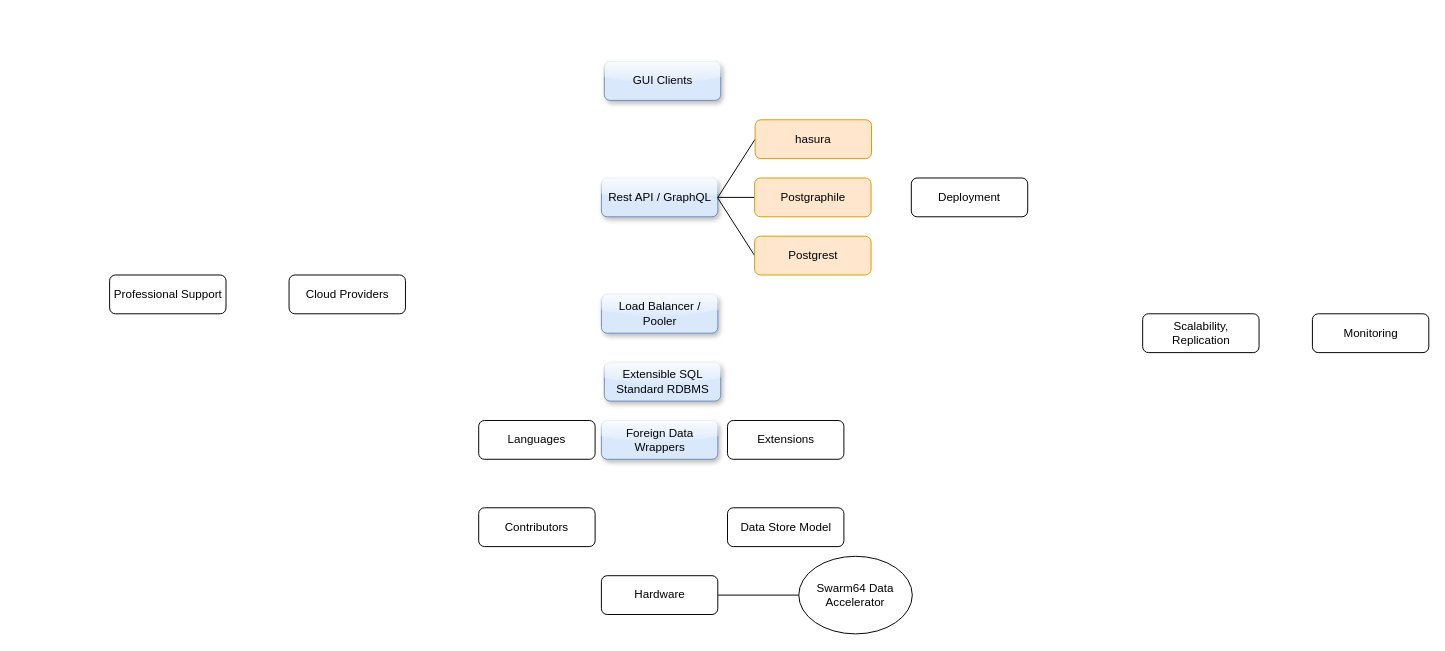
The draw.io diagram postgresql-ecosystem.drawio in EfficiencyGeek/postgresql-ecosystem, before the edit. Source tidied: cells renumbered, new cells numbered last; positions are measured from the earlier drawing's top-left corner, leaving out a move shared by most shapes. Both pictures are drawn from the tidied source at 97%, with x=0, y=0 at pixel (110, 61). Pictures stored in the file or linked from it are replaced by grey dashed boxes.
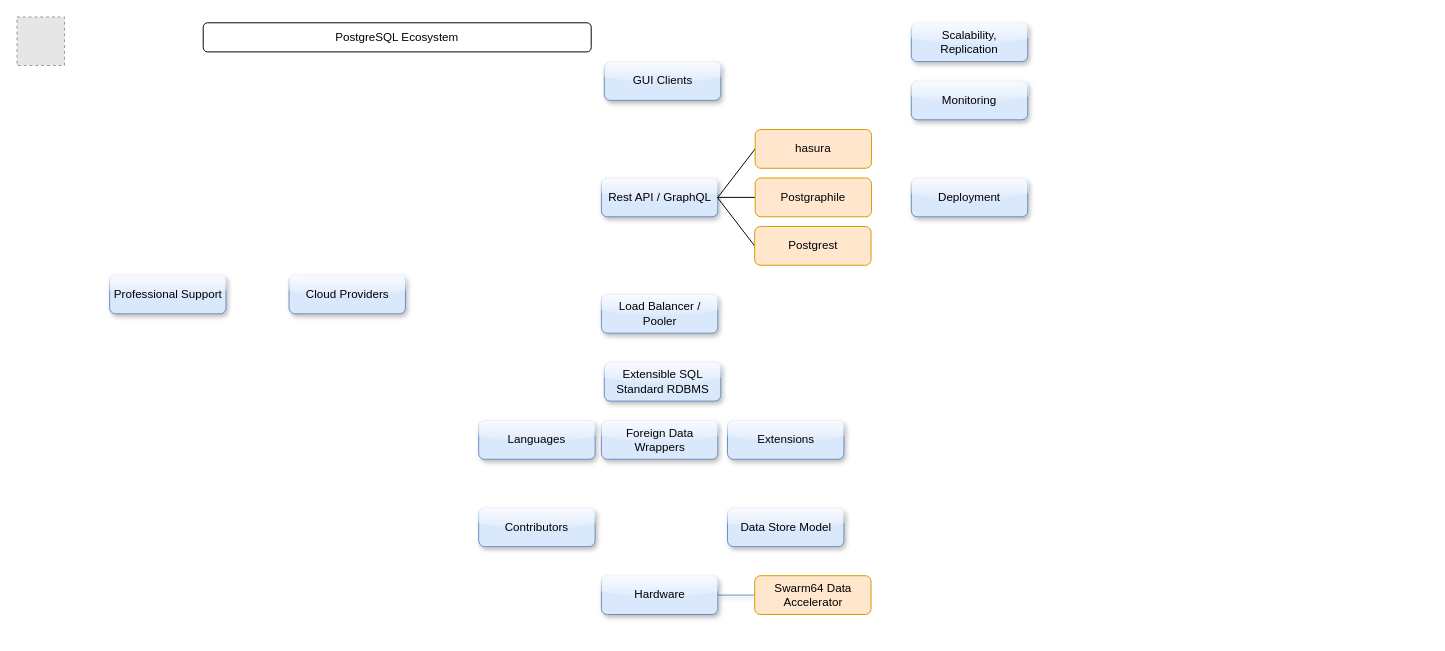
Above is the later version.

The edit, as a diff of the source:
```diff
@@
-    <mxCell id="2" value="Languages" style="rounded=1;whiteSpace=wrap;html=1;" parent="1" vertex="1">
+    <mxCell id="2" value="Languages" style="rounded=1;whiteSpace=wrap;html=1;shadow=1;strokeColor=#6c8ebf;fillColor=#dae8fc;glass=1;" parent="1" vertex="1">
       <mxGeometry x="380" y="370" width="120" height="40" as="geometry" />
     </mxCell>
@@
-    <mxCell id="4" value="Extensions" style="rounded=1;whiteSpace=wrap;html=1;" parent="1" vertex="1">
+    <mxCell id="4" value="Extensions" style="rounded=1;whiteSpace=wrap;html=1;shadow=1;strokeColor=#6c8ebf;fillColor=#dae8fc;glass=1;" parent="1" vertex="1">
       <mxGeometry x="636.5" y="370" width="120" height="40" as="geometry" />
     </mxCell>
-    <mxCell id="5" value="Data Store Model" style="rounded=1;whiteSpace=wrap;html=1;" parent="1" vertex="1">
+    <mxCell id="5" value="Data Store Model" style="rounded=1;whiteSpace=wrap;html=1;shadow=1;strokeColor=#6c8ebf;fillColor=#dae8fc;glass=1;" parent="1" vertex="1">
       <mxGeometry x="636.5" y="460" width="120" height="40" as="geometry" />
     </mxCell>
-    <mxCell id="6" value="Deployment" style="rounded=1;whiteSpace=wrap;html=1;" parent="1" vertex="1">
+    <mxCell id="6" value="Deployment" style="rounded=1;whiteSpace=wrap;html=1;shadow=1;strokeColor=#6c8ebf;fillColor=#dae8fc;glass=1;" parent="1" vertex="1">
       <mxGeometry x="826" y="120" width="120" height="40" as="geometry" />
     </mxCell>
@@
-    <mxCell id="8" value="Scalability, Replication" style="rounded=1;whiteSpace=wrap;html=1;" parent="1" vertex="1">
-      <mxGeometry x="1064.5" y="260" width="120" height="40" as="geometry" />
+    <mxCell id="8" value="Scalability, Replication" style="rounded=1;whiteSpace=wrap;html=1;shadow=1;strokeColor=#6c8ebf;fillColor=#dae8fc;glass=1;" parent="1" vertex="1">
+      <mxGeometry x="826" y="-40" width="120" height="40" as="geometry" />
     </mxCell>
-    <mxCell id="9" value="Monitoring" style="rounded=1;whiteSpace=wrap;html=1;" parent="1" vertex="1">
-      <mxGeometry x="1239.5" y="260" width="120" height="40" as="geometry" />
+    <mxCell id="9" value="Monitoring" style="rounded=1;whiteSpace=wrap;html=1;shadow=1;strokeColor=#6c8ebf;fillColor=#dae8fc;glass=1;" parent="1" vertex="1">
+      <mxGeometry x="826" y="20" width="120" height="40" as="geometry" />
     </mxCell>
@@
-    <mxCell id="13" value="Contributors" style="rounded=1;whiteSpace=wrap;html=1;" parent="1" vertex="1">
+    <mxCell id="13" value="Contributors" style="rounded=1;whiteSpace=wrap;html=1;shadow=1;strokeColor=#6c8ebf;fillColor=#dae8fc;glass=1;" parent="1" vertex="1">
       <mxGeometry x="380" y="460" width="120" height="40" as="geometry" />
     </mxCell>
-    <mxCell id="14" value="Professional Support" style="rounded=1;whiteSpace=wrap;html=1;" parent="1" vertex="1">
+    <mxCell id="14" value="Professional Support" style="rounded=1;whiteSpace=wrap;html=1;shadow=1;strokeColor=#6c8ebf;fillColor=#dae8fc;glass=1;" parent="1" vertex="1">
       <mxGeometry x="-0.5" y="220" width="120" height="40" as="geometry" />
     </mxCell>
-    <mxCell id="15" value="Cloud Providers" style="rounded=1;whiteSpace=wrap;html=1;" parent="1" vertex="1">
+    <mxCell id="15" value="Cloud Providers" style="rounded=1;whiteSpace=wrap;html=1;shadow=1;strokeColor=#6c8ebf;fillColor=#dae8fc;glass=1;" parent="1" vertex="1">
       <mxGeometry x="184.5" y="220" width="120" height="40" as="geometry" />
     </mxCell>
@@
-    <mxCell id="17" style="edgeStyle=none;rounded=0;jettySize=auto;html=1;endArrow=none;endFill=0;entryX=0;entryY=0.5;entryDx=0;entryDy=0;" parent="1" edge="1" source="18" target="19">
+    <mxCell id="17" style="edgeStyle=none;rounded=1;jettySize=auto;html=1;endArrow=none;entryX=0;entryY=0.5;entryDx=0;entryDy=0;shadow=1;fontSize=12;strokeColor=#6c8ebf;fillColor=#dae8fc;glass=1;" parent="1" edge="1" source="18" target="19">
       <mxGeometry relative="1" as="geometry" />
     </mxCell>
-    <mxCell id="18" value="Hardware" style="rounded=1;whiteSpace=wrap;html=1;" parent="1" vertex="1">
+    <mxCell id="18" value="Hardware" style="rounded=1;whiteSpace=wrap;html=1;shadow=1;strokeColor=#6c8ebf;fillColor=#dae8fc;glass=1;" parent="1" vertex="1">
       <mxGeometry x="506.5" y="530" width="120" height="40" as="geometry" />
     </mxCell>
-    <mxCell id="19" value="Swarm64 Data Accelerator" style="ellipse;whiteSpace=wrap;html=1;" parent="1" vertex="1">
-      <mxGeometry x="710" y="510" width="117" height="80" as="geometry" />
-    </mxCell>
@@
     <mxCell id="21" value="Postgrest" style="rounded=1;whiteSpace=wrap;html=1;fillColor=#ffe6cc;strokeColor=#d79b00;" parent="1" vertex="1">
-      <mxGeometry x="664.5" y="180" width="120" height="40" as="geometry" />
+      <mxGeometry x="664.5" y="170" width="120" height="40" as="geometry" />
     </mxCell>
@@
     <mxCell id="23" value="hasura" style="rounded=1;whiteSpace=wrap;html=1;fillColor=#ffe6cc;strokeColor=#d79b00;" parent="1" vertex="1">
-      <mxGeometry x="665" y="60" width="120" height="40" as="geometry" />
+      <mxGeometry x="665" y="70" width="120" height="40" as="geometry" />
     </mxCell>
     <mxCell id="24" value="Postgraphile" style="rounded=1;whiteSpace=wrap;html=1;fillColor=#ffe6cc;strokeColor=#d79b00;" parent="1" vertex="1">
-      <mxGeometry x="664.5" y="120" width="120" height="40" as="geometry" />
+      <mxGeometry x="665" y="120" width="120" height="40" as="geometry" />
     </mxCell>
+    <mxCell id="19" value="Swarm64 Data Accelerator" style="rounded=1;whiteSpace=wrap;html=1;fillColor=#ffe6cc;strokeColor=#d79b00;" parent="1" vertex="1">
+      <mxGeometry x="664.5" y="530" width="120" height="40" as="geometry" />
+    </mxCell>
+    <mxCell id="25" value="PostgreSQL Ecosystem" style="rounded=1;whiteSpace=wrap;html=1;" parent="1" vertex="1">
+      <mxGeometry x="96" y="-40" width="400" height="30" as="geometry" />
+    </mxCell>
+    <mxCell id="26" style="fillColor=#E6E6E6;strokeColor=#999999;dashed=1;verticalLabelPosition=bottom;labelBackgroundColor=#ffffff;verticalAlign=top;" parent="1" vertex="1">
+      <mxGeometry x="-96" y="-46" width="49" height="50" as="geometry" />
+    </mxCell>
```
